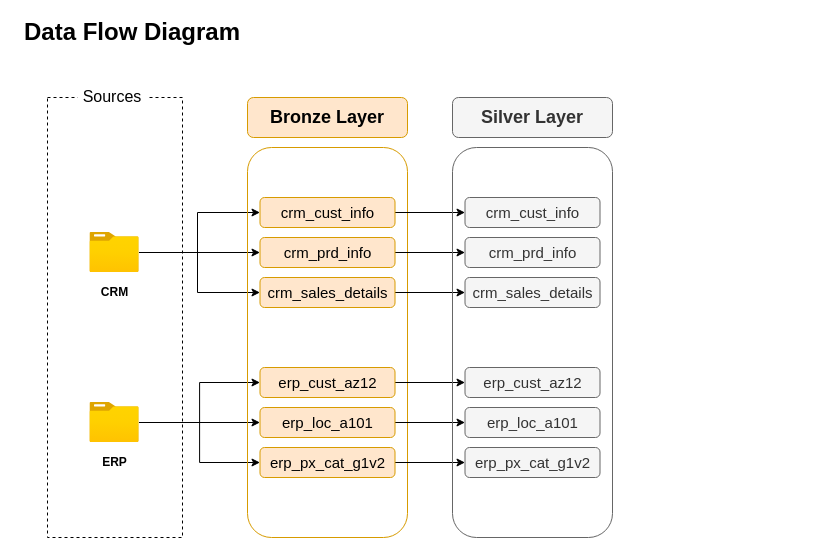
The draw.io diagram 01_docs/data_flow.drawio in d-graham/sql-data-warehouse-project, before the edit. Source tidied: cells renumbered, new cells numbered last; positions are measured from the earlier drawing's top-left corner, leaving out a move shared by most shapes. Both pictures are drawn from the tidied source at 100%, with x=0, y=0 at pixel (17, 17).
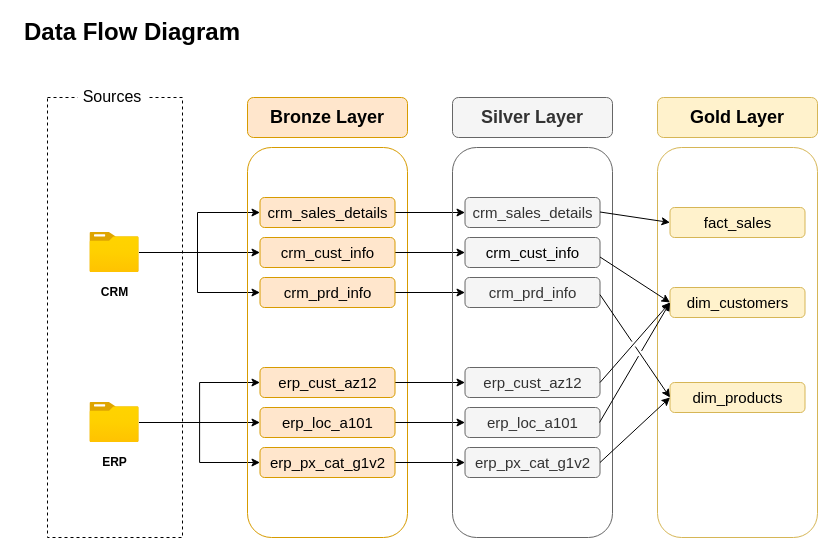
The same page after the edit.

Commit message (it also covers changes not shown here):
Gold layer modeling and visualization

The change refers to these unchanged cells:
```xml
<mxCell id="32" value="erp_px_cat_g1v2" style="rounded=1;whiteSpace=wrap;html=1;roundedPerimeter=1;fillColor=#f5f5f5;strokeColor=#666666;fontSize=15;fontStyle=0;fontColor=#333333;" parent="1" vertex="1">
  <mxGeometry x="447.5" y="430" width="135" height="30" as="geometry" />
</mxCell>
```

Diff of the diagram source:
```diff
@@
-    <mxCell id="16" value="crm_sales_details" style="rounded=1;whiteSpace=wrap;html=1;roundedPerimeter=1;fillColor=#ffe6cc;strokeColor=#d79b00;fontSize=15;fontStyle=0;" parent="1" vertex="1">
+    <mxCell id="16" value="crm_prd_info" style="rounded=1;whiteSpace=wrap;html=1;roundedPerimeter=1;fillColor=#ffe6cc;strokeColor=#d79b00;fontSize=15;fontStyle=0;" parent="1" vertex="1">
       <mxGeometry x="242.5" y="260" width="135" height="30" as="geometry" />
     </mxCell>
@@
-    <mxCell id="18" value="crm_cust_info" style="rounded=1;whiteSpace=wrap;html=1;roundedPerimeter=1;fillColor=#ffe6cc;strokeColor=#d79b00;fontSize=15;fontStyle=0;" parent="1" vertex="1">
+    <mxCell id="18" value="crm_sales_details" style="rounded=1;whiteSpace=wrap;html=1;roundedPerimeter=1;fillColor=#ffe6cc;strokeColor=#d79b00;fontSize=15;fontStyle=0;" parent="1" vertex="1">
       <mxGeometry x="242.5" y="180" width="135" height="30" as="geometry" />
     </mxCell>
@@
-    <mxCell id="20" value="crm_prd_info" style="rounded=1;whiteSpace=wrap;html=1;roundedPerimeter=1;fillColor=#ffe6cc;strokeColor=#d79b00;fontSize=15;fontStyle=0;" parent="1" vertex="1">
+    <mxCell id="20" value="crm_cust_info" style="rounded=1;whiteSpace=wrap;html=1;roundedPerimeter=1;fillColor=#ffe6cc;strokeColor=#d79b00;fontSize=15;fontStyle=0;" parent="1" vertex="1">
       <mxGeometry x="242.5" y="220" width="135" height="30" as="geometry" />
     </mxCell>
@@
-    <mxCell id="29" value="crm_sales_details" style="rounded=1;whiteSpace=wrap;html=1;roundedPerimeter=1;fillColor=#f5f5f5;strokeColor=#666666;fontSize=15;fontStyle=0;fontColor=#333333;" parent="1" vertex="1">
+    <mxCell id="29" value="crm_prd_info" style="rounded=1;whiteSpace=wrap;html=1;roundedPerimeter=1;fillColor=#f5f5f5;strokeColor=#666666;fontSize=15;fontStyle=0;fontColor=#333333;" parent="1" vertex="1">
       <mxGeometry x="447.5" y="260" width="135" height="30" as="geometry" />
     </mxCell>
-    <mxCell id="30" value="crm_cust_info" style="rounded=1;whiteSpace=wrap;html=1;roundedPerimeter=1;fillColor=#f5f5f5;strokeColor=#666666;fontSize=15;fontStyle=0;fontColor=#333333;" parent="1" vertex="1">
+    <mxCell id="30" value="crm_sales_details" style="rounded=1;whiteSpace=wrap;html=1;roundedPerimeter=1;fillColor=#f5f5f5;strokeColor=#666666;fontSize=15;fontStyle=0;fontColor=#333333;" parent="1" vertex="1">
       <mxGeometry x="447.5" y="180" width="135" height="30" as="geometry" />
     </mxCell>
-    <mxCell id="31" value="crm_prd_info" style="rounded=1;whiteSpace=wrap;html=1;roundedPerimeter=1;fillColor=#f5f5f5;strokeColor=#666666;fontSize=15;fontStyle=0;fontColor=#333333;" parent="1" vertex="1">
+    <mxCell id="31" value="&lt;span style=&quot;color: rgb(0, 0, 0);&quot;&gt;crm_cust_info&lt;/span&gt;" style="rounded=1;whiteSpace=wrap;html=1;roundedPerimeter=1;fillColor=#f5f5f5;strokeColor=#666666;fontSize=15;fontStyle=0;fontColor=#333333;" parent="1" vertex="1">
       <mxGeometry x="447.5" y="220" width="135" height="30" as="geometry" />
     </mxCell>
@@
+    <mxCell id="35" style="rounded=1;whiteSpace=wrap;html=1;fillColor=none;roundedPerimeter=1;strokeColor=#d6b656;" parent="1" vertex="1">
+      <mxGeometry x="640" y="130" width="160" height="390" as="geometry" />
+    </mxCell>
+    <mxCell id="36" value="Gold Layer" style="rounded=1;whiteSpace=wrap;html=1;roundedPerimeter=1;fillColor=#fff2cc;strokeColor=#d6b656;fontSize=18;fontStyle=1;" parent="1" vertex="1">
+      <mxGeometry x="640" y="80" width="160" height="40" as="geometry" />
+    </mxCell>
+    <mxCell id="37" value="dim_products" style="rounded=1;whiteSpace=wrap;html=1;roundedPerimeter=1;fillColor=#fff2cc;strokeColor=#d6b656;fontSize=15;fontStyle=0;" parent="1" vertex="1">
+      <mxGeometry x="652.5" y="365" width="135" height="30" as="geometry" />
+    </mxCell>
+    <mxCell id="38" value="fact_sales" style="rounded=1;whiteSpace=wrap;html=1;roundedPerimeter=1;fillColor=#fff2cc;strokeColor=#d6b656;fontSize=15;fontStyle=0;" parent="1" vertex="1">
+      <mxGeometry x="652.5" y="190" width="135" height="30" as="geometry" />
+    </mxCell>
+    <mxCell id="39" value="dim_customers" style="rounded=1;whiteSpace=wrap;html=1;roundedPerimeter=1;fillColor=#fff2cc;strokeColor=#d6b656;fontSize=15;fontStyle=0;" parent="1" vertex="1">
+      <mxGeometry x="652.5" y="270" width="135" height="30" as="geometry" />
+    </mxCell>
+    <mxCell id="40" style="rounded=0;jettySize=auto;html=1;entryX=0;entryY=0.5;entryDx=0;entryDy=0;defaultLabelBackgroundColor=page;jumpStyle=gap;" parent="1" edge="1" target="38">
+      <mxGeometry x="-0.13" relative="1" as="geometry">
+        <mxPoint x="582.5" y="194.5" as="sourcePoint" />
+      </mxGeometry>
+    </mxCell>
+    <mxCell id="41" style="rounded=0;jettySize=auto;html=1;entryX=0;entryY=0.5;entryDx=0;entryDy=0;defaultLabelBackgroundColor=page;jumpStyle=gap;" parent="1" edge="1" target="39">
+      <mxGeometry x="-0.13" relative="1" as="geometry">
+        <mxPoint x="582.5" y="239.5" as="sourcePoint" />
+      </mxGeometry>
+    </mxCell>
+    <mxCell id="42" style="rounded=0;jettySize=auto;html=1;entryX=0;entryY=0.5;entryDx=0;entryDy=0;defaultLabelBackgroundColor=page;jumpStyle=gap;" parent="1" edge="1" target="39">
+      <mxGeometry x="-0.13" relative="1" as="geometry">
+        <mxPoint x="582.5" y="365" as="sourcePoint" />
+      </mxGeometry>
+    </mxCell>
+    <mxCell id="43" style="rounded=0;jettySize=auto;html=1;entryX=0;entryY=0.5;entryDx=0;entryDy=0;defaultLabelBackgroundColor=page;jumpStyle=gap;" parent="1" edge="1" target="37">
+      <mxGeometry x="-0.13" relative="1" as="geometry">
+        <mxPoint x="582.5" y="277.2" as="sourcePoint" />
+      </mxGeometry>
+    </mxCell>
+    <mxCell id="44" style="rounded=0;jettySize=auto;html=1;entryX=0;entryY=0.5;entryDx=0;entryDy=0;defaultLabelBackgroundColor=page;exitX=1;exitY=0.5;exitDx=0;exitDy=0;jumpStyle=gap;" parent="1" edge="1" source="32" target="37">
+      <mxGeometry x="-0.13" relative="1" as="geometry" />
+    </mxCell>
+    <mxCell id="45" style="rounded=0;jettySize=auto;html=1;entryX=0;entryY=0.5;entryDx=0;entryDy=0;defaultLabelBackgroundColor=page;jumpStyle=gap;" parent="1" edge="1" target="39">
+      <mxGeometry x="-0.13" relative="1" as="geometry">
+        <mxPoint x="582" y="405" as="sourcePoint" />
+      </mxGeometry>
+    </mxCell>
```
